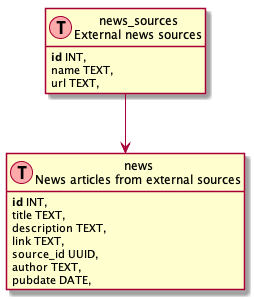
This is docs/data-model.png from FoxShaunR/WhatInfluence, a PlantUML export, as it was before one commit.
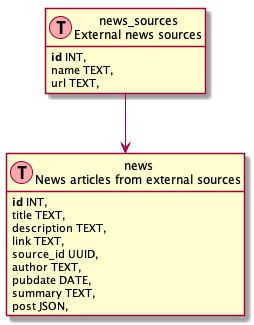
The same diagram one commit later.

Commit message:
Add summary and post columns to news

Diff of the diagram source:
```diff
@@ -10,6 +10,8 @@
   source_id UUID,
   author TEXT,
   pubdate DATE,
+  summary TEXT,
+  post JSON,
 }
 
 class news_sources as "news_sources\nExternal news sources" << (T,#FFAAAA) >> {
```
